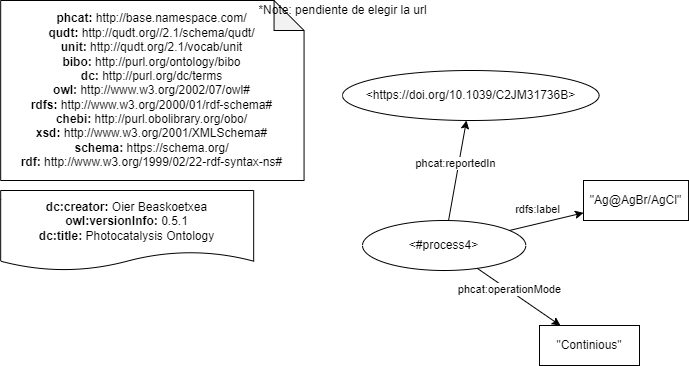
Before: diagrams/examples/diagram-ejemplo-process.png, a diagram exported from draw.io (SolarChem/solarchem-ontology). Source tidied: cells renumbered, new cells last; positions are measured from the earlier drawing's top-left corner, leaving out a move shared by most shapes.
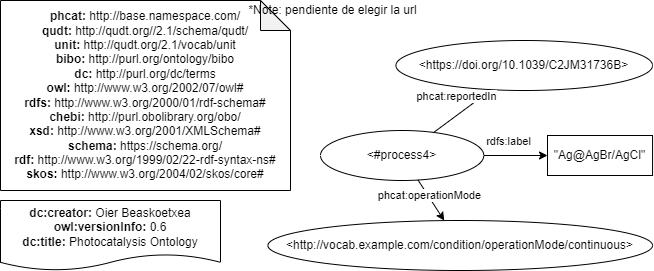
The same file after the commit.

Diff of the diagram source:
```diff
@@ -2,20 +2,20 @@
   <root>
     <mxCell id="0" />
     <mxCell id="1" parent="0" />
-    <mxCell id="2" value="&lt;div&gt;&lt;b&gt;dc:creator:&lt;/b&gt;&amp;nbsp;Oier Beaskoetxea&lt;/div&gt;&lt;div&gt;&lt;b&gt;owl:versionInfo:&lt;/b&gt; 0.5.1&lt;/div&gt;&lt;div&gt;&lt;b&gt;dc:title:&lt;/b&gt;&amp;nbsp;Photocatalysis Ontology&lt;/div&gt;" style="shape=document;whiteSpace=wrap;html=1;boundedLbl=1;labelBackgroundColor=#ffffff;strokeColor=#000000;fontSize=12;fontColor=#000000;size=0.23333333333333334;" parent="1" vertex="1">
-      <mxGeometry x="0.2" y="190" width="253" height="80" as="geometry" />
+    <mxCell id="2" value="&lt;div&gt;&lt;b&gt;dc:creator:&lt;/b&gt;&amp;nbsp;Oier Beaskoetxea&lt;/div&gt;&lt;div&gt;&lt;b&gt;owl:versionInfo:&lt;/b&gt; 0.6&lt;/div&gt;&lt;div&gt;&lt;b&gt;dc:title:&lt;/b&gt;&amp;nbsp;Photocatalysis Ontology&lt;/div&gt;" style="shape=document;whiteSpace=wrap;html=1;boundedLbl=1;labelBackgroundColor=#ffffff;strokeColor=#000000;fontSize=12;fontColor=#000000;size=0.23333333333333334;" parent="1" vertex="1">
+      <mxGeometry x="42" y="240" width="220" height="70" as="geometry" />
     </mxCell>
-    <mxCell id="3" value="&lt;div&gt;&lt;b&gt;phcat:&lt;/b&gt;&amp;nbsp;http://base.namespace.com/&lt;/div&gt;&lt;b&gt;qudt:&lt;/b&gt;&amp;nbsp;http://qudt.org//2.1/schema/qudt/&lt;div&gt;&lt;b&gt;unit:&amp;nbsp;&lt;/b&gt;http://qudt.org/2.1/vocab/unit&lt;br&gt;&lt;/div&gt;&lt;div&gt;&lt;b&gt;bibo:&amp;nbsp;&lt;/b&gt;http://purl.org/ontology/bibo&lt;/div&gt;&lt;b&gt;dc:&amp;nbsp;&lt;/b&gt;http://purl.org/dc/terms&lt;br&gt;&lt;b&gt;owl:&amp;nbsp;&lt;/b&gt;http://www.w3.org/2002/07/owl#&lt;br&gt;&lt;b&gt;rdfs:&amp;nbsp;&lt;/b&gt;http://www.w3.org/2000/01/rdf-schema#&lt;br&gt;&lt;div&gt;&lt;b&gt;chebi:&amp;nbsp;&lt;/b&gt;http://purl.obolibrary.org/obo/&lt;/div&gt;&lt;div&gt;&lt;b&gt;xsd:&amp;nbsp;&lt;/b&gt;http://www.w3.org/2001/XMLSchema#&lt;br&gt;&lt;/div&gt;&lt;div&gt;&lt;b&gt;schema:&lt;/b&gt;&amp;nbsp;https://schema.org/&lt;br&gt;&lt;/div&gt;&lt;div&gt;&lt;b&gt;rdf:&amp;nbsp;&lt;/b&gt;http://www.w3.org/1999/02/22-rdf-syntax-ns#&lt;/div&gt;" style="shape=note;whiteSpace=wrap;html=1;backgroundOutline=1;darkOpacity=0.05;align=center;" parent="1" vertex="1">
-      <mxGeometry x="0.2" width="303.4" height="180" as="geometry" />
+    <mxCell id="3" value="&lt;div&gt;&lt;b&gt;phcat:&lt;/b&gt;&amp;nbsp;http://base.namespace.com/&lt;/div&gt;&lt;b&gt;qudt:&lt;/b&gt;&amp;nbsp;http://qudt.org//2.1/schema/qudt/&lt;div&gt;&lt;b&gt;unit:&amp;nbsp;&lt;/b&gt;http://qudt.org/2.1/vocab/unit&lt;br&gt;&lt;/div&gt;&lt;div&gt;&lt;b&gt;bibo:&amp;nbsp;&lt;/b&gt;http://purl.org/ontology/bibo&lt;/div&gt;&lt;b&gt;dc:&amp;nbsp;&lt;/b&gt;http://purl.org/dc/terms&lt;br&gt;&lt;b&gt;owl:&amp;nbsp;&lt;/b&gt;http://www.w3.org/2002/07/owl#&lt;br&gt;&lt;b&gt;rdfs:&amp;nbsp;&lt;/b&gt;http://www.w3.org/2000/01/rdf-schema#&lt;br&gt;&lt;div&gt;&lt;b&gt;chebi:&amp;nbsp;&lt;/b&gt;http://purl.obolibrary.org/obo/&lt;/div&gt;&lt;div&gt;&lt;b&gt;xsd:&amp;nbsp;&lt;/b&gt;http://www.w3.org/2001/XMLSchema#&lt;br&gt;&lt;/div&gt;&lt;div&gt;&lt;b&gt;schema:&lt;/b&gt;&amp;nbsp;https://schema.org/&lt;br&gt;&lt;/div&gt;&lt;div&gt;&lt;b&gt;rdf:&amp;nbsp;&lt;/b&gt;http://www.w3.org/1999/02/22-rdf-syntax-ns#&lt;/div&gt;&lt;div&gt;&lt;b&gt;skos:&lt;/b&gt;&amp;nbsp;http://www.w3.org/2004/02/skos/core#&lt;br&gt;&lt;/div&gt;" style="shape=note;whiteSpace=wrap;html=1;backgroundOutline=1;darkOpacity=0.05;align=center;" parent="1" vertex="1">
+      <mxGeometry x="42" y="40" width="290" height="190" as="geometry" />
     </mxCell>
     <mxCell id="4" value="*Note: pendiente de elegir la url" style="text;html=1;align=center;verticalAlign=middle;strokeColor=none;fillColor=none;" parent="1" vertex="1">
-      <mxGeometry x="252" width="180" height="20" as="geometry" />
+      <mxGeometry x="283.8" y="40" width="180" height="20" as="geometry" />
     </mxCell>
     <mxCell id="5" value="&amp;lt;https://doi.org/10.1039/C2JM31736B&amp;gt;" style="ellipse;whiteSpace=wrap;html=1;fillColor=default;" parent="1" vertex="1">
-      <mxGeometry x="342" y="70" width="256.6" height="50" as="geometry" />
+      <mxGeometry x="437.4" y="80" width="256.6" height="50" as="geometry" />
     </mxCell>
     <mxCell id="6" value="&amp;lt;#process4&amp;gt;" style="ellipse;whiteSpace=wrap;html=1;fillColor=default;" parent="1" vertex="1">
-      <mxGeometry x="362" y="220" width="163.3" height="50" as="geometry" />
+      <mxGeometry x="362" y="170" width="163.3" height="50" as="geometry" />
     </mxCell>
     <mxCell id="7" style="edgeStyle=none;html=1;" parent="1" edge="1" source="6" target="5">
       <mxGeometry relative="1" as="geometry" />
@@ -25,17 +25,14 @@
         <mxPoint x="1" y="-20" as="offset" />
       </mxGeometry>
     </mxCell>
-    <mxCell id="9" value="&quot;Continious&quot;" style="rounded=0;whiteSpace=wrap;html=1;fillColor=default;" parent="1" vertex="1">
-      <mxGeometry x="539" y="325" width="100" height="40" as="geometry" />
-    </mxCell>
-    <mxCell id="10" style="edgeStyle=none;html=1;" parent="1" edge="1" source="6" target="9">
+    <mxCell id="10" style="edgeStyle=none;html=1;" parent="1" edge="1" source="6" target="15">
       <mxGeometry relative="1" as="geometry" />
     </mxCell>
     <mxCell id="11" value="phcat:operationMode" style="edgeLabel;html=1;align=center;verticalAlign=middle;" parent="10" vertex="1">
       <mxGeometry x="-0.25" y="1" relative="1" as="geometry" />
     </mxCell>
     <mxCell id="12" value="&quot;Ag@AgBr/AgCl&quot;" style="rounded=0;whiteSpace=wrap;html=1;fillColor=default;" parent="1" vertex="1">
-      <mxGeometry x="583" y="180" width="105" height="40" as="geometry" />
+      <mxGeometry x="589" y="175" width="105" height="40" as="geometry" />
     </mxCell>
     <mxCell id="13" style="edgeStyle=none;html=1;" parent="1" edge="1" source="6" target="12">
       <mxGeometry relative="1" as="geometry" />
@@ -45,5 +42,8 @@
         <mxPoint y="-14" as="offset" />
       </mxGeometry>
     </mxCell>
+    <mxCell id="15" value="&amp;lt;http://vocab.example.com/condition/operationMode/continuous&amp;gt;" style="ellipse;whiteSpace=wrap;html=1;fillColor=default;" parent="1" vertex="1">
+      <mxGeometry x="309.4" y="260" width="384.6" height="50" as="geometry" />
+    </mxCell>
   </root>
 </mxGraphModel>
```
